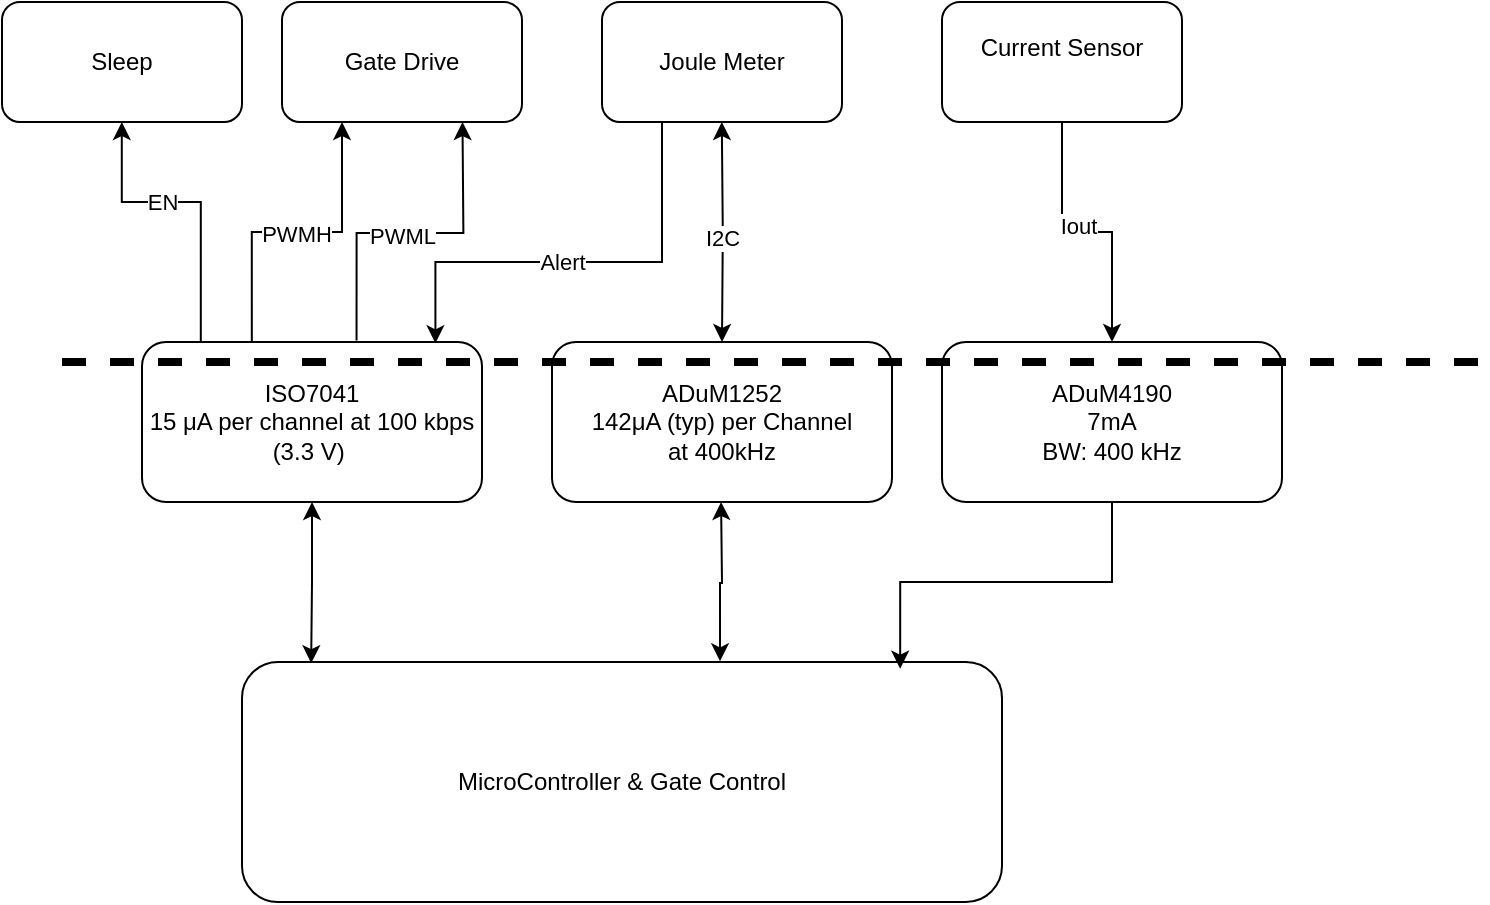
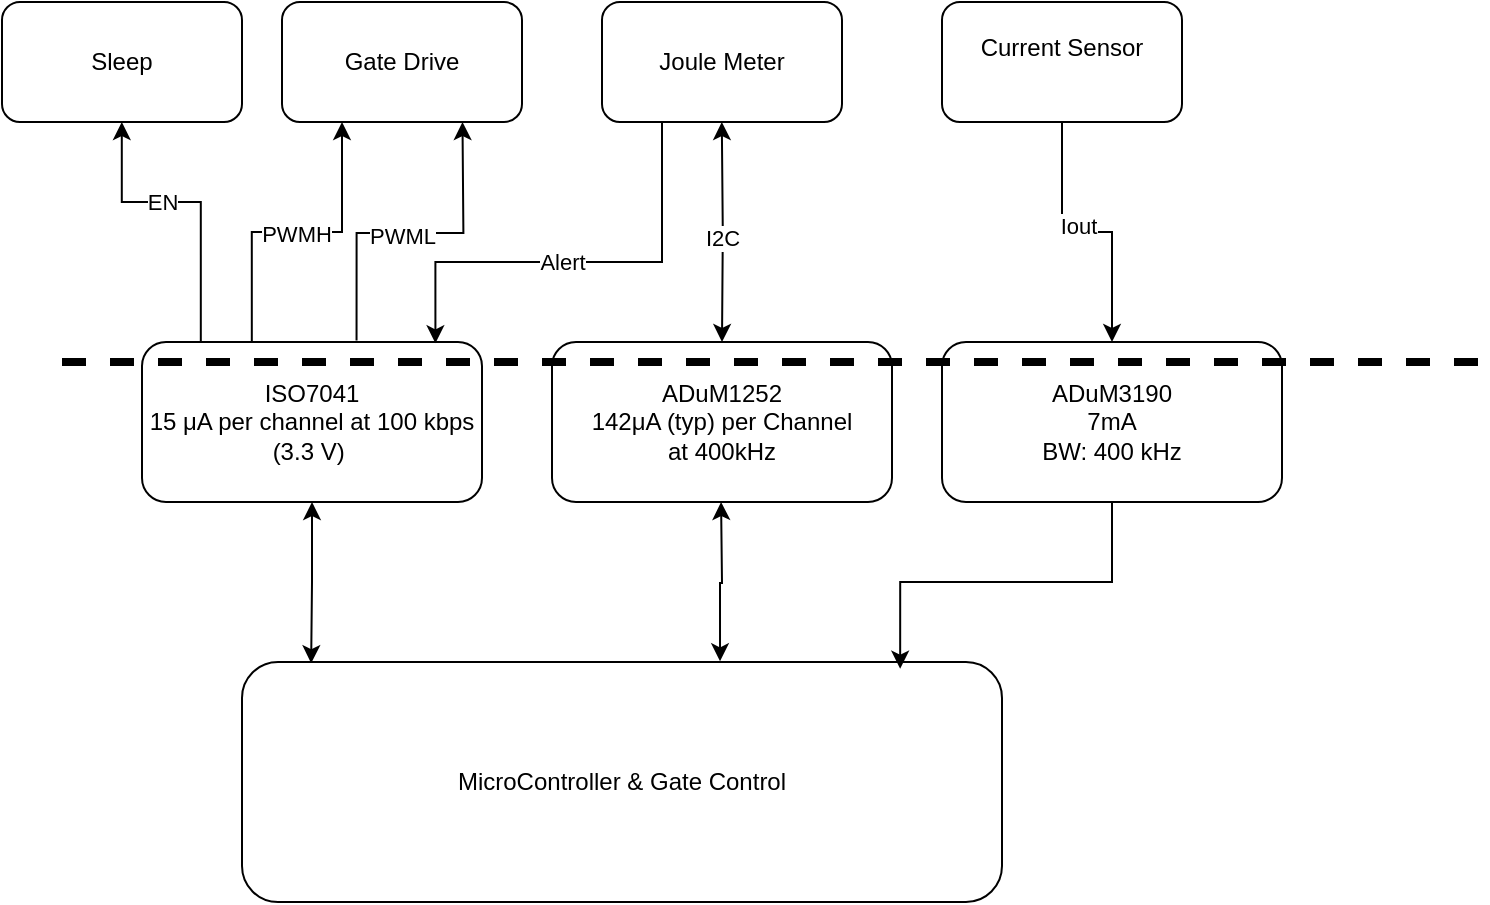
- <mxfile host="Electron" agent="Mozilla/5.0 (Windows NT 10.0; Win64; x64) AppleWebKit/537.36 (KHTML, like Gecko) draw.io/27.0.9 Chrome/134.0.6998.205 Electron/35.4.0 Safari/537.36" version="27.0.9">
+ <mxfile host="Electron" agent="Mozilla/5.0 (Windows NT 10.0; Win64; x64) AppleWebKit/537.36 (KHTML, like Gecko) draw.io/29.0.3 Chrome/140.0.7339.249 Electron/38.7.0 Safari/537.36" version="29.0.3">
  <diagram name="Page-1" id="d5h94j7oxQUs26A81DKD">
-     <mxGraphModel dx="1426" dy="841" grid="1" gridSize="10" guides="1" tooltips="1" connect="1" arrows="1" fold="1" page="1" pageScale="1" pageWidth="827" pageHeight="1169" math="0" shadow="0">
+     <mxGraphModel dx="1426" dy="883" grid="1" gridSize="10" guides="1" tooltips="1" connect="1" arrows="1" fold="1" page="1" pageScale="1" pageWidth="827" pageHeight="1169" math="0" shadow="0">
      <root>
        <mxCell id="0" />
        <mxCell id="1" parent="0" />
        <mxCell id="Bap70pfjqkTkLz9fhn7Z-5" style="edgeStyle=orthogonalEdgeStyle;rounded=0;orthogonalLoop=1;jettySize=auto;html=1;exitX=0.25;exitY=1;exitDx=0;exitDy=0;startArrow=classic;startFill=1;endArrow=none;endFill=0;entryX=0.323;entryY=0.025;entryDx=0;entryDy=0;entryPerimeter=0;" parent="1" source="Bap70pfjqkTkLz9fhn7Z-1" target="Bap70pfjqkTkLz9fhn7Z-16" edge="1">
          <mxGeometry relative="1" as="geometry">
            <mxPoint x="199.75862068965512" y="240" as="targetPoint" />
          </mxGeometry>
        </mxCell>
        <mxCell id="Bap70pfjqkTkLz9fhn7Z-7" value="PWMH" style="edgeLabel;html=1;align=center;verticalAlign=middle;resizable=0;points=[];" parent="Bap70pfjqkTkLz9fhn7Z-5" vertex="1" connectable="0">
          <mxGeometry x="0.1031" y="1" relative="1" as="geometry">
            <mxPoint x="8" as="offset" />
          </mxGeometry>
        </mxCell>
        <mxCell id="Bap70pfjqkTkLz9fhn7Z-1" value="Gate Drive" style="rounded=1;whiteSpace=wrap;html=1;" parent="1" vertex="1">
          <mxGeometry x="170" y="110" width="120" height="60" as="geometry" />
        </mxCell>
        <mxCell id="Bap70pfjqkTkLz9fhn7Z-2" value="Joule Meter" style="rounded=1;whiteSpace=wrap;html=1;" parent="1" vertex="1">
          <mxGeometry x="330" y="110" width="120" height="60" as="geometry" />
        </mxCell>
        <mxCell id="Bap70pfjqkTkLz9fhn7Z-14" style="edgeStyle=orthogonalEdgeStyle;rounded=0;orthogonalLoop=1;jettySize=auto;html=1;entryX=0.5;entryY=0;entryDx=0;entryDy=0;" parent="1" source="Bap70pfjqkTkLz9fhn7Z-3" target="Bap70pfjqkTkLz9fhn7Z-26" edge="1">
          <mxGeometry relative="1" as="geometry">
            <mxPoint x="560" y="240" as="targetPoint" />
          </mxGeometry>
        </mxCell>
        <mxCell id="Bap70pfjqkTkLz9fhn7Z-15" value="Iout" style="edgeLabel;html=1;align=center;verticalAlign=middle;resizable=0;points=[];" parent="Bap70pfjqkTkLz9fhn7Z-14" vertex="1" connectable="0">
          <mxGeometry x="-0.0256" y="3" relative="1" as="geometry">
            <mxPoint x="-3" as="offset" />
          </mxGeometry>
        </mxCell>
        <mxCell id="Bap70pfjqkTkLz9fhn7Z-3" value="Current Sensor&lt;div&gt;&lt;br&gt;&lt;/div&gt;" style="rounded=1;whiteSpace=wrap;html=1;" parent="1" vertex="1">
          <mxGeometry x="500" y="110" width="120" height="60" as="geometry" />
        </mxCell>
        <mxCell id="Bap70pfjqkTkLz9fhn7Z-6" style="edgeStyle=orthogonalEdgeStyle;rounded=0;orthogonalLoop=1;jettySize=auto;html=1;exitX=0.25;exitY=1;exitDx=0;exitDy=0;startArrow=classic;startFill=1;endArrow=none;endFill=0;entryX=0.631;entryY=-0.009;entryDx=0;entryDy=0;entryPerimeter=0;" parent="1" target="Bap70pfjqkTkLz9fhn7Z-16" edge="1">
          <mxGeometry relative="1" as="geometry">
            <mxPoint x="260" y="240" as="targetPoint" />
            <mxPoint x="260.2413793103449" y="170" as="sourcePoint" />
          </mxGeometry>
        </mxCell>
        <mxCell id="Bap70pfjqkTkLz9fhn7Z-8" value="PWML" style="edgeLabel;html=1;align=center;verticalAlign=middle;resizable=0;points=[];" parent="Bap70pfjqkTkLz9fhn7Z-6" vertex="1" connectable="0">
          <mxGeometry x="-0.1386" y="-1" relative="1" as="geometry">
            <mxPoint x="-16" y="2" as="offset" />
          </mxGeometry>
        </mxCell>
        <mxCell id="Bap70pfjqkTkLz9fhn7Z-9" style="edgeStyle=orthogonalEdgeStyle;rounded=0;orthogonalLoop=1;jettySize=auto;html=1;exitX=0.25;exitY=1;exitDx=0;exitDy=0;startArrow=classic;startFill=1;endArrow=classic;endFill=1;entryX=0.5;entryY=0;entryDx=0;entryDy=0;" parent="1" target="Bap70pfjqkTkLz9fhn7Z-19" edge="1">
          <mxGeometry relative="1" as="geometry">
            <mxPoint x="389.65999999999997" y="240" as="targetPoint" />
            <mxPoint x="389.90137931034485" y="170" as="sourcePoint" />
          </mxGeometry>
        </mxCell>
        <mxCell id="Bap70pfjqkTkLz9fhn7Z-10" value="I2C" style="edgeLabel;html=1;align=center;verticalAlign=middle;resizable=0;points=[];" parent="Bap70pfjqkTkLz9fhn7Z-9" vertex="1" connectable="0">
          <mxGeometry x="-0.1386" y="-1" relative="1" as="geometry">
            <mxPoint y="10" as="offset" />
          </mxGeometry>
        </mxCell>
        <mxCell id="Bap70pfjqkTkLz9fhn7Z-11" value="Sleep" style="rounded=1;whiteSpace=wrap;html=1;" parent="1" vertex="1">
          <mxGeometry x="30" y="110" width="120" height="60" as="geometry" />
        </mxCell>
        <mxCell id="Bap70pfjqkTkLz9fhn7Z-12" style="edgeStyle=orthogonalEdgeStyle;rounded=0;orthogonalLoop=1;jettySize=auto;html=1;exitX=0.25;exitY=1;exitDx=0;exitDy=0;startArrow=classic;startFill=1;endArrow=none;endFill=0;entryX=0.173;entryY=0;entryDx=0;entryDy=0;entryPerimeter=0;" parent="1" target="Bap70pfjqkTkLz9fhn7Z-16" edge="1">
          <mxGeometry relative="1" as="geometry">
            <mxPoint x="89.66" y="240" as="targetPoint" />
            <mxPoint x="89.90137931034488" y="170" as="sourcePoint" />
            <Array as="points">
              <mxPoint x="90" y="210" />
              <mxPoint x="129" y="210" />
            </Array>
          </mxGeometry>
        </mxCell>
        <mxCell id="Bap70pfjqkTkLz9fhn7Z-13" value="&lt;span style=&quot;background-color: light-dark(#ffffff, var(--ge-dark-color, #121212)); color: light-dark(rgb(0, 0, 0), rgb(255, 255, 255));&quot;&gt;EN&lt;/span&gt;" style="edgeLabel;html=1;align=center;verticalAlign=middle;resizable=0;points=[];" parent="Bap70pfjqkTkLz9fhn7Z-12" vertex="1" connectable="0">
          <mxGeometry x="-0.1386" y="-1" relative="1" as="geometry">
            <mxPoint x="-5" y="-1" as="offset" />
          </mxGeometry>
        </mxCell>
        <mxCell id="Bap70pfjqkTkLz9fhn7Z-23" style="edgeStyle=orthogonalEdgeStyle;rounded=0;orthogonalLoop=1;jettySize=auto;html=1;exitX=0.5;exitY=1;exitDx=0;exitDy=0;startArrow=classic;startFill=1;entryX=0.091;entryY=0.005;entryDx=0;entryDy=0;entryPerimeter=0;" parent="1" source="Bap70pfjqkTkLz9fhn7Z-16" target="Bap70pfjqkTkLz9fhn7Z-24" edge="1">
          <mxGeometry relative="1" as="geometry">
            <mxPoint x="185" y="440" as="targetPoint" />
          </mxGeometry>
        </mxCell>
        <mxCell id="Bap70pfjqkTkLz9fhn7Z-16" value="ISO7041&lt;div&gt;15 μA per channel at 100 kbps (3.3 V)&amp;nbsp;&lt;/div&gt;" style="rounded=1;whiteSpace=wrap;html=1;" parent="1" vertex="1">
          <mxGeometry x="100" y="280" width="170" height="80" as="geometry" />
        </mxCell>
        <mxCell id="Bap70pfjqkTkLz9fhn7Z-17" style="edgeStyle=orthogonalEdgeStyle;rounded=0;orthogonalLoop=1;jettySize=auto;html=1;exitX=0.25;exitY=1;exitDx=0;exitDy=0;entryX=0.863;entryY=0.008;entryDx=0;entryDy=0;entryPerimeter=0;" parent="1" source="Bap70pfjqkTkLz9fhn7Z-2" target="Bap70pfjqkTkLz9fhn7Z-16" edge="1">
          <mxGeometry relative="1" as="geometry">
            <Array as="points">
              <mxPoint x="360" y="240" />
              <mxPoint x="247" y="240" />
            </Array>
          </mxGeometry>
        </mxCell>
        <mxCell id="Bap70pfjqkTkLz9fhn7Z-18" value="Alert" style="edgeLabel;html=1;align=center;verticalAlign=middle;resizable=0;points=[];" parent="Bap70pfjqkTkLz9fhn7Z-17" vertex="1" connectable="0">
          <mxGeometry x="-0.0888" y="3" relative="1" as="geometry">
            <mxPoint x="-18" y="-3" as="offset" />
          </mxGeometry>
        </mxCell>
        <mxCell id="Bap70pfjqkTkLz9fhn7Z-19" value="&lt;span style=&quot;color: rgba(0, 0, 0, 0); font-family: monospace; font-size: 0px; text-align: start; text-wrap-mode: nowrap;&quot;&gt;ADuM1252ss&lt;/span&gt;" style="rounded=1;whiteSpace=wrap;html=1;" parent="1" vertex="1">
          <mxGeometry x="305" y="280" width="170" height="80" as="geometry" />
        </mxCell>
        <mxCell id="Bap70pfjqkTkLz9fhn7Z-22" value="ADuM1252&lt;br&gt;142μA (typ) per Channel at 400kHz" style="text;html=1;whiteSpace=wrap;strokeColor=none;fillColor=none;align=center;verticalAlign=middle;rounded=0;" parent="1" vertex="1">
          <mxGeometry x="320" y="295" width="140" height="50" as="geometry" />
        </mxCell>
        <mxCell id="Bap70pfjqkTkLz9fhn7Z-24" value="MicroController &amp;amp; Gate Control" style="rounded=1;whiteSpace=wrap;html=1;" parent="1" vertex="1">
          <mxGeometry x="150" y="440" width="380" height="120" as="geometry" />
        </mxCell>
        <mxCell id="Bap70pfjqkTkLz9fhn7Z-25" style="edgeStyle=orthogonalEdgeStyle;rounded=0;orthogonalLoop=1;jettySize=auto;html=1;exitX=0.5;exitY=1;exitDx=0;exitDy=0;entryX=0.629;entryY=-0.003;entryDx=0;entryDy=0;entryPerimeter=0;startArrow=classic;startFill=1;" parent="1" target="Bap70pfjqkTkLz9fhn7Z-24" edge="1">
          <mxGeometry relative="1" as="geometry">
            <mxPoint x="389.54" y="360" as="sourcePoint" />
            <mxPoint x="390.46" y="440.6" as="targetPoint" />
          </mxGeometry>
        </mxCell>
        <mxCell id="Bap70pfjqkTkLz9fhn7Z-26" value="&lt;span style=&quot;color: rgba(0, 0, 0, 0); font-family: monospace; font-size: 0px; text-align: start; text-wrap-mode: nowrap;&quot;&gt;ADuM1252ss&lt;/span&gt;" style="rounded=1;whiteSpace=wrap;html=1;" parent="1" vertex="1">
          <mxGeometry x="500" y="280" width="170" height="80" as="geometry" />
        </mxCell>
-         <mxCell id="Bap70pfjqkTkLz9fhn7Z-27" value="ADuM4190&lt;br&gt;7mA&lt;div&gt;BW: 400 kHz&lt;/div&gt;" style="text;html=1;whiteSpace=wrap;strokeColor=none;fillColor=none;align=center;verticalAlign=middle;rounded=0;" parent="1" vertex="1">
+         <mxCell id="Bap70pfjqkTkLz9fhn7Z-27" value="ADuM3190&lt;br&gt;7mA&lt;div&gt;BW: 400 kHz&lt;/div&gt;" style="text;html=1;whiteSpace=wrap;strokeColor=none;fillColor=none;align=center;verticalAlign=middle;rounded=0;" parent="1" vertex="1">
          <mxGeometry x="515" y="295" width="140" height="50" as="geometry" />
        </mxCell>
        <mxCell id="Bap70pfjqkTkLz9fhn7Z-30" style="edgeStyle=orthogonalEdgeStyle;rounded=0;orthogonalLoop=1;jettySize=auto;html=1;exitX=0.5;exitY=1;exitDx=0;exitDy=0;entryX=0.866;entryY=0.028;entryDx=0;entryDy=0;entryPerimeter=0;" parent="1" source="Bap70pfjqkTkLz9fhn7Z-26" target="Bap70pfjqkTkLz9fhn7Z-24" edge="1">
          <mxGeometry relative="1" as="geometry" />
        </mxCell>
        <mxCell id="Bap70pfjqkTkLz9fhn7Z-31" value="" style="endArrow=none;dashed=1;html=1;rounded=0;strokeWidth=4;" parent="1" edge="1">
          <mxGeometry width="50" height="50" relative="1" as="geometry">
            <mxPoint x="60" y="290" as="sourcePoint" />
            <mxPoint x="770" y="290" as="targetPoint" />
          </mxGeometry>
        </mxCell>
      </root>
    </mxGraphModel>
  </diagram>
</mxfile>
